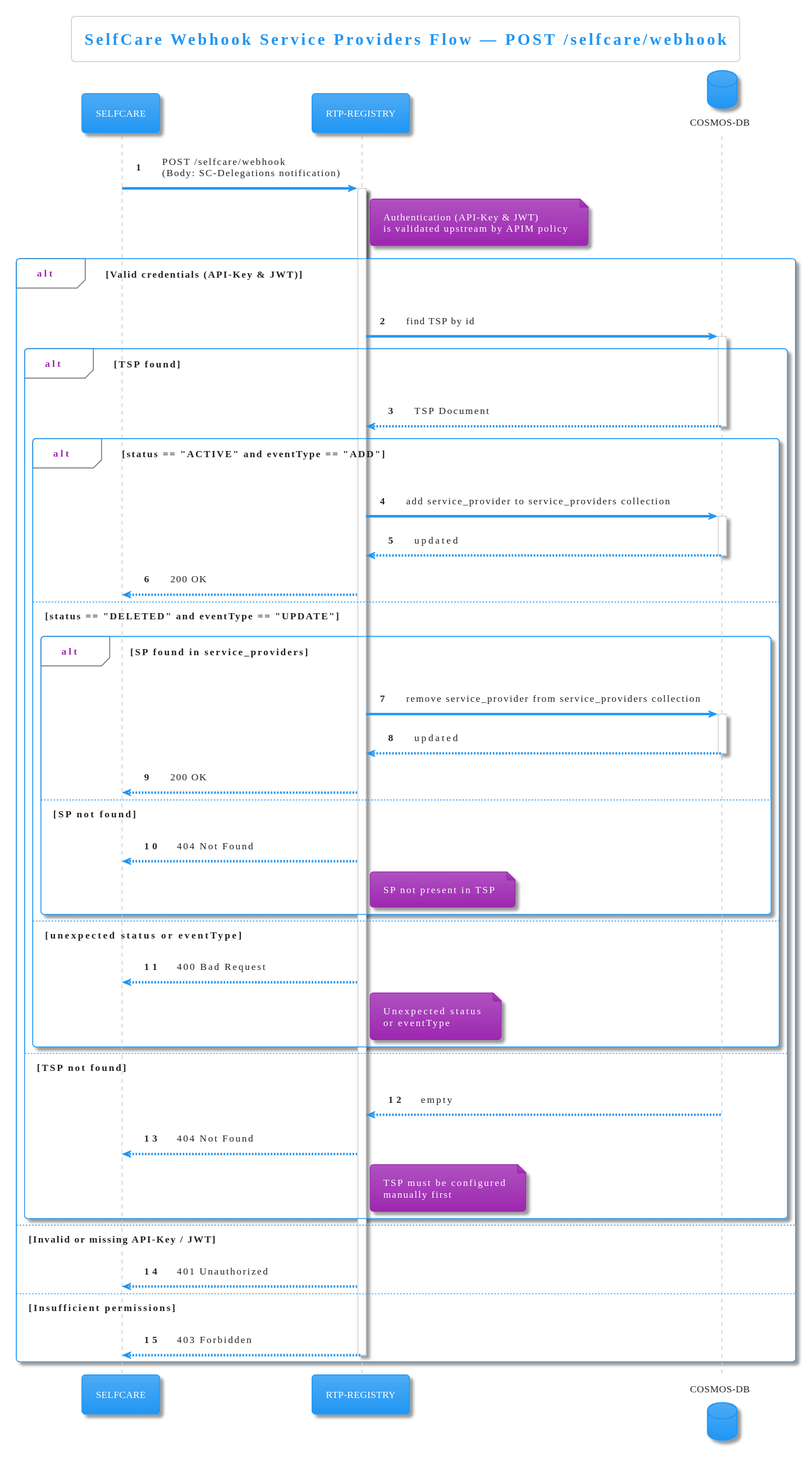
Before: diagrams/selfcare-service-providers-webhook.svg, a diagram exported from PlantUML (pagopa/rtp-docs).
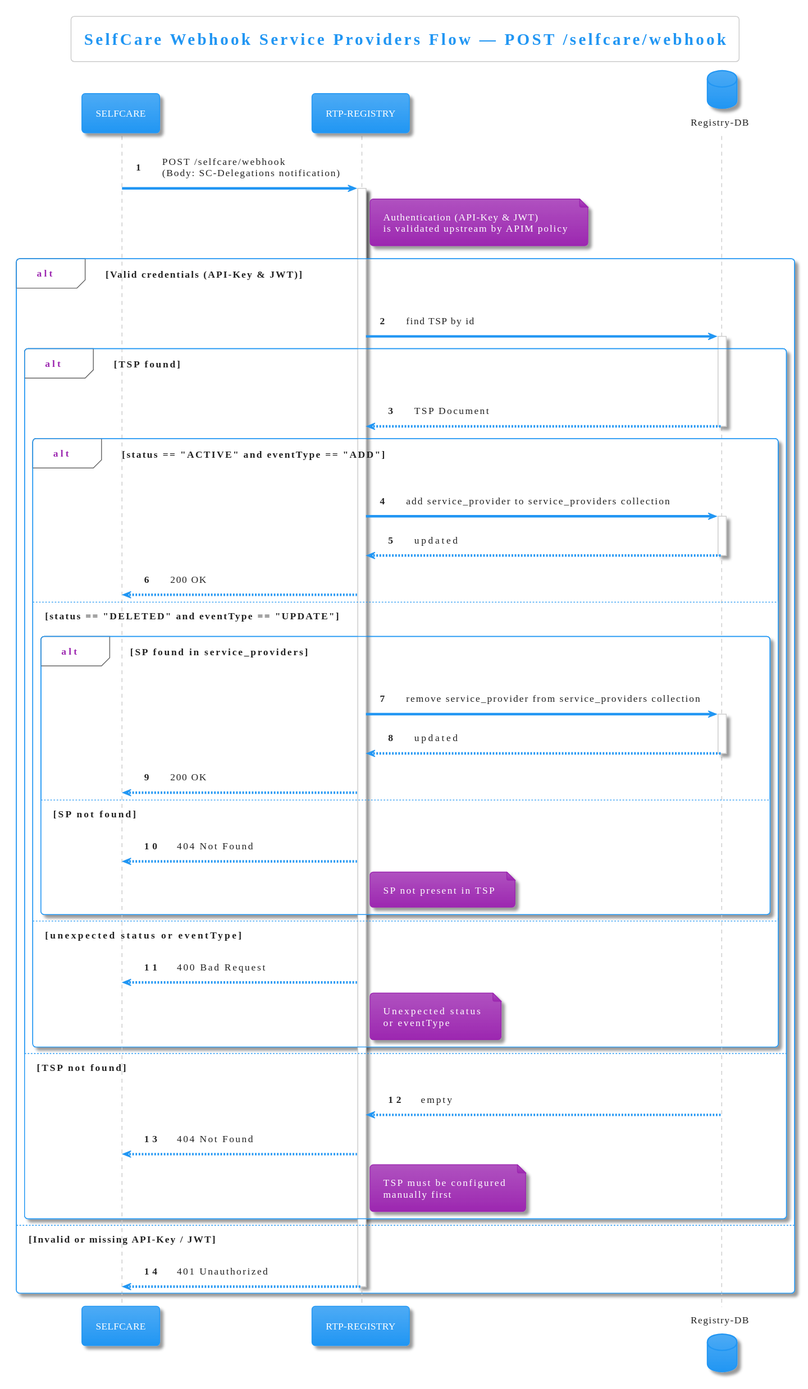
The same file after the commit.

Change to the diagram source:
```diff
@@ -5,7 +5,7 @@
 
 participant "SELFCARE" as SC
 participant "RTP-REGISTRY" as REG
-database "COSMOS-DB" as DB
+database "Registry-DB" as DB
 
 autonumber
 
@@ -65,9 +65,6 @@
 
 else Invalid or missing API-Key / JWT
     REG --> SC: 401 Unauthorized
-
-else Insufficient permissions
-    REG --> SC: 403 Forbidden
     deactivate REG
 end
 @enduml
```
